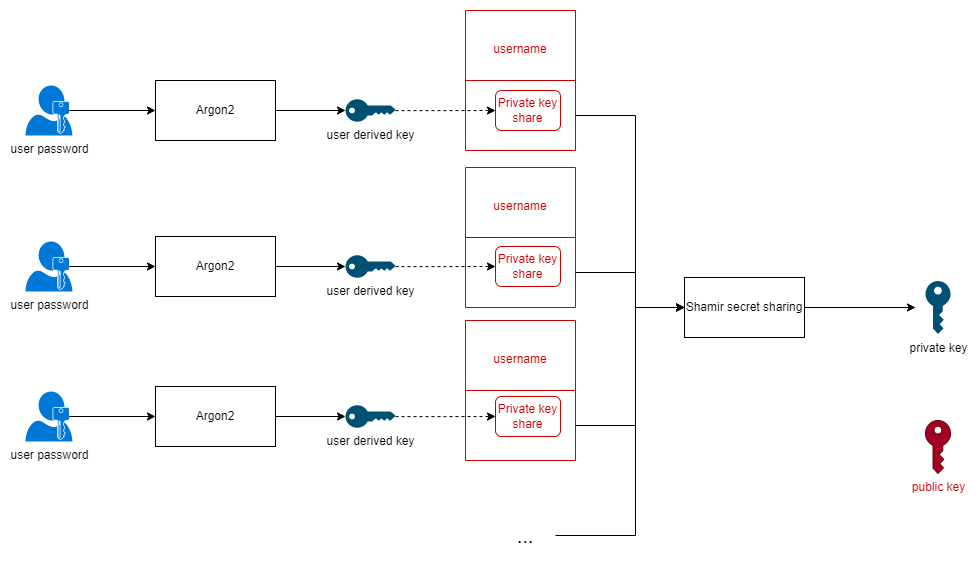
Earlier version of the draw.io export readme-images/Storage root key shares.drawio.png (damienmaier/encrypted-vault). Source tidied: cells renumbered, new cells last; positions are measured from the earlier drawing's top-left corner, leaving out a move shared by most shapes.
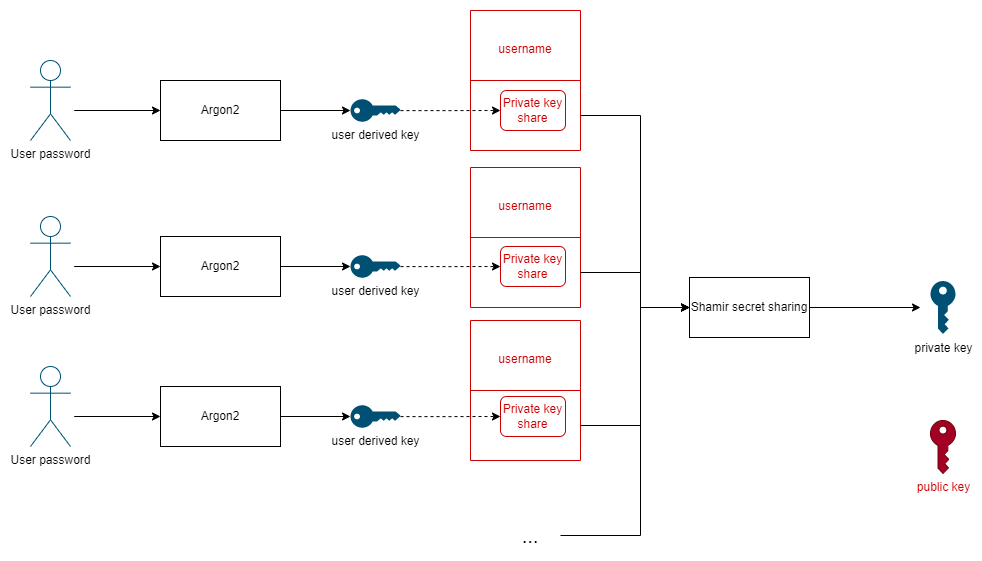
After the change.

Change to the diagram source:
```diff
@@ -47,12 +47,11 @@
     <mxCell id="16" style="shape=partialRectangle;html=1;whiteSpace=wrap;overflow=hidden;fillColor=none;top=0;left=0;bottom=0;right=0;strokeColor=#B85450;fontSize=20;fontColor=#CC0000;" parent="15" vertex="1">
       <mxGeometry width="110" height="70" as="geometry" />
     </mxCell>
-    <mxCell id="17" style="edgeStyle=orthogonalEdgeStyle;rounded=0;jettySize=auto;html=1;entryX=0;entryY=0.5;entryDx=0;entryDy=0;exitX=0.93;exitY=0.5;exitDx=0;exitDy=0;exitPerimeter=0;" parent="1" edge="1" source="18" target="20">
-      <mxGeometry relative="1" as="geometry" />
+    <mxCell id="17" style="edgeStyle=orthogonalEdgeStyle;rounded=0;jettySize=auto;html=1;entryX=0;entryY=0.5;entryDx=0;entryDy=0;exitX=0.93;exitY=0.5;exitDx=0;exitDy=0;exitPerimeter=0;" parent="1" edge="1" target="20">
+      <mxGeometry relative="1" as="geometry">
+        <mxPoint x="43.7" y="100" as="sourcePoint" />
+      </mxGeometry>
     </mxCell>
-    <mxCell id="18" value="user password" style="sketch=0;shadow=0;dashed=0;html=1;strokeColor=none;labelPosition=center;verticalLabelPosition=bottom;verticalAlign=top;align=center;shape=mxgraph.mscae.enterprise.user_permissions;fillColor=#0078D7;" parent="1" vertex="1">
-      <mxGeometry y="75" width="47" height="50" as="geometry" />
-    </mxCell>
     <mxCell id="19" style="edgeStyle=orthogonalEdgeStyle;rounded=0;jettySize=auto;html=1;entryX=0;entryY=0.5;entryDx=0;entryDy=0;entryPerimeter=0;" parent="1" edge="1" source="20" target="22">
       <mxGeometry relative="1" as="geometry" />
     </mxCell>
@@ -67,12 +66,11 @@
     <mxCell id="22" value="user derived key" style="points=[[0,0.5,0],[0.24,0,0],[0.5,0.28,0],[0.995,0.475,0],[0.5,0.72,0],[0.24,1,0]];verticalLabelPosition=bottom;sketch=0;html=1;verticalAlign=top;align=center;shape=mxgraph.cisco19.key;fillColor=#005073;strokeColor=none;" parent="1" vertex="1">
       <mxGeometry x="320" y="88.8" width="50" height="22.5" as="geometry" />
     </mxCell>
-    <mxCell id="23" style="edgeStyle=orthogonalEdgeStyle;rounded=0;jettySize=auto;html=1;entryX=0;entryY=0.5;entryDx=0;entryDy=0;exitX=0.93;exitY=0.5;exitDx=0;exitDy=0;exitPerimeter=0;" parent="1" edge="1" source="24" target="26">
-      <mxGeometry relative="1" as="geometry" />
+    <mxCell id="23" style="edgeStyle=orthogonalEdgeStyle;rounded=0;jettySize=auto;html=1;entryX=0;entryY=0.5;entryDx=0;entryDy=0;exitX=0.93;exitY=0.5;exitDx=0;exitDy=0;exitPerimeter=0;" parent="1" edge="1" target="26">
+      <mxGeometry relative="1" as="geometry">
+        <mxPoint x="43.7" y="256" as="sourcePoint" />
+      </mxGeometry>
     </mxCell>
-    <mxCell id="24" value="user password" style="sketch=0;shadow=0;dashed=0;html=1;strokeColor=none;labelPosition=center;verticalLabelPosition=bottom;verticalAlign=top;align=center;shape=mxgraph.mscae.enterprise.user_permissions;fillColor=#0078D7;" parent="1" vertex="1">
-      <mxGeometry y="231" width="47" height="50" as="geometry" />
-    </mxCell>
     <mxCell id="25" style="edgeStyle=orthogonalEdgeStyle;rounded=0;jettySize=auto;html=1;entryX=0;entryY=0.5;entryDx=0;entryDy=0;entryPerimeter=0;" parent="1" edge="1" source="26" target="28">
       <mxGeometry relative="1" as="geometry" />
     </mxCell>
@@ -87,12 +85,11 @@
     <mxCell id="28" value="user derived key" style="points=[[0,0.5,0],[0.24,0,0],[0.5,0.28,0],[0.995,0.475,0],[0.5,0.72,0],[0.24,1,0]];verticalLabelPosition=bottom;sketch=0;html=1;verticalAlign=top;align=center;shape=mxgraph.cisco19.key;fillColor=#005073;strokeColor=none;" parent="1" vertex="1">
       <mxGeometry x="320" y="244.8" width="50" height="22.5" as="geometry" />
     </mxCell>
-    <mxCell id="29" style="edgeStyle=orthogonalEdgeStyle;rounded=0;jettySize=auto;html=1;entryX=0;entryY=0.5;entryDx=0;entryDy=0;exitX=0.93;exitY=0.5;exitDx=0;exitDy=0;exitPerimeter=0;" parent="1" edge="1" source="30" target="32">
-      <mxGeometry relative="1" as="geometry" />
+    <mxCell id="29" style="edgeStyle=orthogonalEdgeStyle;rounded=0;jettySize=auto;html=1;entryX=0;entryY=0.5;entryDx=0;entryDy=0;exitX=0.93;exitY=0.5;exitDx=0;exitDy=0;exitPerimeter=0;" parent="1" edge="1" target="32">
+      <mxGeometry relative="1" as="geometry">
+        <mxPoint x="43.7" y="406" as="sourcePoint" />
+      </mxGeometry>
     </mxCell>
-    <mxCell id="30" value="user password" style="sketch=0;shadow=0;dashed=0;html=1;strokeColor=none;labelPosition=center;verticalLabelPosition=bottom;verticalAlign=top;align=center;shape=mxgraph.mscae.enterprise.user_permissions;fillColor=#0078D7;" parent="1" vertex="1">
-      <mxGeometry y="381" width="47" height="50" as="geometry" />
-    </mxCell>
     <mxCell id="31" style="edgeStyle=orthogonalEdgeStyle;rounded=0;jettySize=auto;html=1;entryX=0;entryY=0.5;entryDx=0;entryDy=0;entryPerimeter=0;" parent="1" edge="1" source="32" target="34">
       <mxGeometry relative="1" as="geometry" />
     </mxCell>
@@ -165,5 +162,14 @@
     <mxCell id="46" value="Private key share" style="rounded=1;whiteSpace=wrap;html=1;fontColor=#CC0000;strokeColor=#CC0000;" parent="1" vertex="1">
       <mxGeometry x="470" y="386" width="65" height="40" as="geometry" />
     </mxCell>
+    <mxCell id="47" value="&lt;font color=&quot;#000000&quot;&gt;User password&lt;/font&gt;" style="shape=umlActor;verticalLabelPosition=bottom;verticalAlign=top;html=1;strokeColor=#005073;fontColor=#CC0000;fillColor=#FFFFFF;" parent="1" vertex="1">
+      <mxGeometry y="50" width="40" height="80" as="geometry" />
+    </mxCell>
+    <mxCell id="48" value="&lt;font color=&quot;#000000&quot;&gt;User password&lt;/font&gt;" style="shape=umlActor;verticalLabelPosition=bottom;verticalAlign=top;html=1;strokeColor=#005073;fontColor=#CC0000;fillColor=#FFFFFF;" parent="1" vertex="1">
+      <mxGeometry y="206" width="40" height="80" as="geometry" />
+    </mxCell>
+    <mxCell id="49" value="&lt;font color=&quot;#000000&quot;&gt;User password&lt;/font&gt;" style="shape=umlActor;verticalLabelPosition=bottom;verticalAlign=top;html=1;strokeColor=#005073;fontColor=#CC0000;fillColor=#FFFFFF;" parent="1" vertex="1">
+      <mxGeometry y="356" width="40" height="80" as="geometry" />
+    </mxCell>
   </root>
 </mxGraphModel>
```
